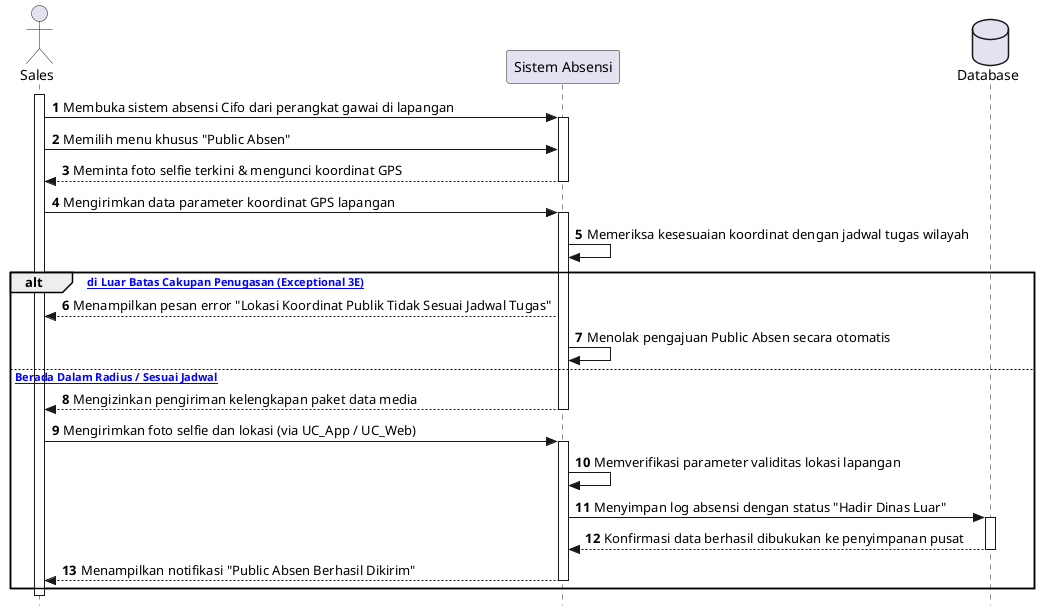
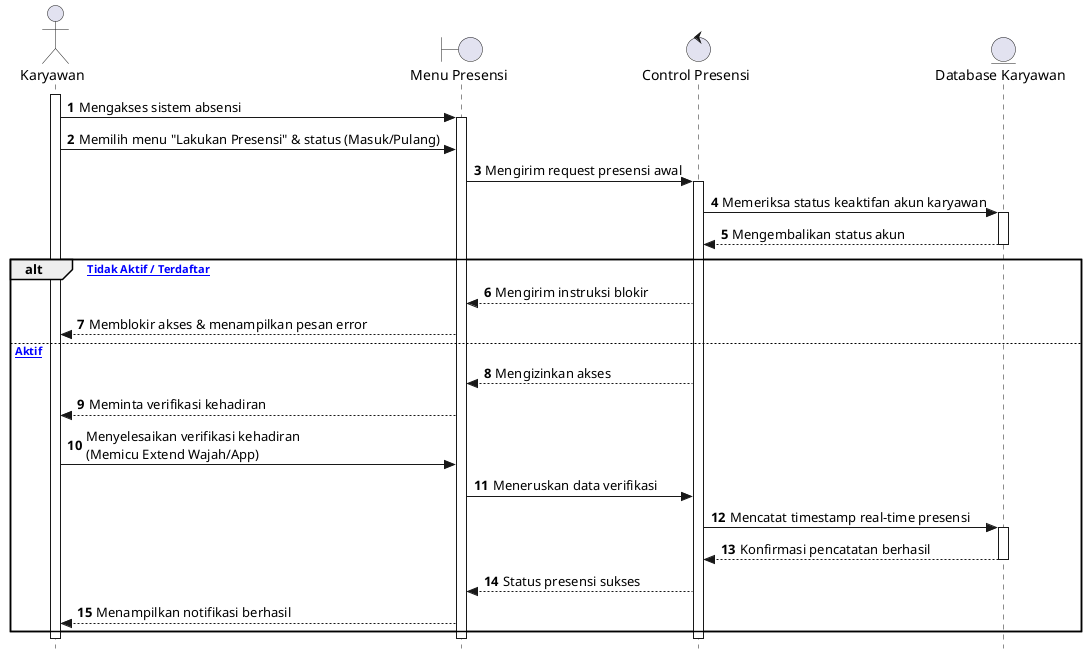
@startuml
autonumber
skinparam style strictuml

- actor Sales
- participant "Sistem Absensi" as Sys
- database "Database" as DB
+ actor Karyawan
+ boundary "Menu Presensi" as Form
+ control "Control Presensi" as Ctrl
+ entity "Database Karyawan" as DB

- activate Sales
- Sales -> Sys: Membuka sistem absensi Cifo dari perangkat gawai di lapangan
- activate Sys
- Sales -> Sys: Memilih menu khusus "Public Absen"
- Sys --> Sales: Meminta foto selfie terkini & mengunci koordinat GPS
- deactivate Sys
+ activate Karyawan
+ Karyawan -> Form: Mengakses sistem absensi
+ activate Form
+ Karyawan -> Form: Memilih menu "Lakukan Presensi" & status (Masuk/Pulang)
+ Form -> Ctrl: Mengirim request presensi awal
+ activate Ctrl
+ Ctrl -> DB: Memeriksa status keaktifan akun karyawan
+ activate DB
+ DB --> Ctrl: Mengembalikan status akun
+ deactivate DB

- Sales -> Sys: Mengirimkan data parameter koordinat GPS lapangan
- activate Sys
- Sys -> Sys: Memeriksa kesesuaian koordinat dengan jadwal tugas wilayah
- 
- alt [Koordinat di Luar Batas Cakupan Penugasan (Exceptional 3E)]
-     Sys --> Sales: Menampilkan pesan error "Lokasi Koordinat Publik Tidak Sesuai Jadwal Tugas"
-     Sys -> Sys: Menolak pengajuan Public Absen secara otomatis
- else [Koordinat Berada Dalam Radius / Sesuai Jadwal]
-     Sys --> Sales: Mengizinkan pengiriman kelengkapan paket data media
-     deactivate Sys
- 
-     Sales -> Sys: Mengirimkan foto selfie dan lokasi (via UC_App / UC_Web)
-     activate Sys
-     Sys -> Sys: Memverifikasi parameter validitas lokasi lapangan
-     Sys -> DB: Menyimpan log absensi dengan status "Hadir Dinas Luar"
+ alt [Akun Tidak Aktif / Terdaftar]
+     Ctrl --> Form: Mengirim instruksi blokir
+     Form --> Karyawan: Memblokir akses & menampilkan pesan error
+ else [Akun Aktif]
+     Ctrl --> Form: Mengizinkan akses
+     Form --> Karyawan: Meminta verifikasi kehadiran
+     Karyawan -> Form: Menyelesaikan verifikasi kehadiran\n(Memicu Extend Wajah/App)
+     Form -> Ctrl: Meneruskan data verifikasi
+     Ctrl -> DB: Mencatat timestamp real-time presensi
    activate DB
-     DB --> Sys: Konfirmasi data berhasil dibukukan ke penyimpanan pusat
+     DB --> Ctrl: Konfirmasi pencatatan berhasil
    deactivate DB
-     Sys --> Sales: Menampilkan notifikasi "Public Absen Berhasil Dikirim"
-     deactivate Sys
+     Ctrl --> Form: Status presensi sukses
+     Form --> Karyawan: Menampilkan notifikasi berhasil
end

- deactivate Sales
+ deactivate Ctrl
+ deactivate Form
+ deactivate Karyawan
@enduml